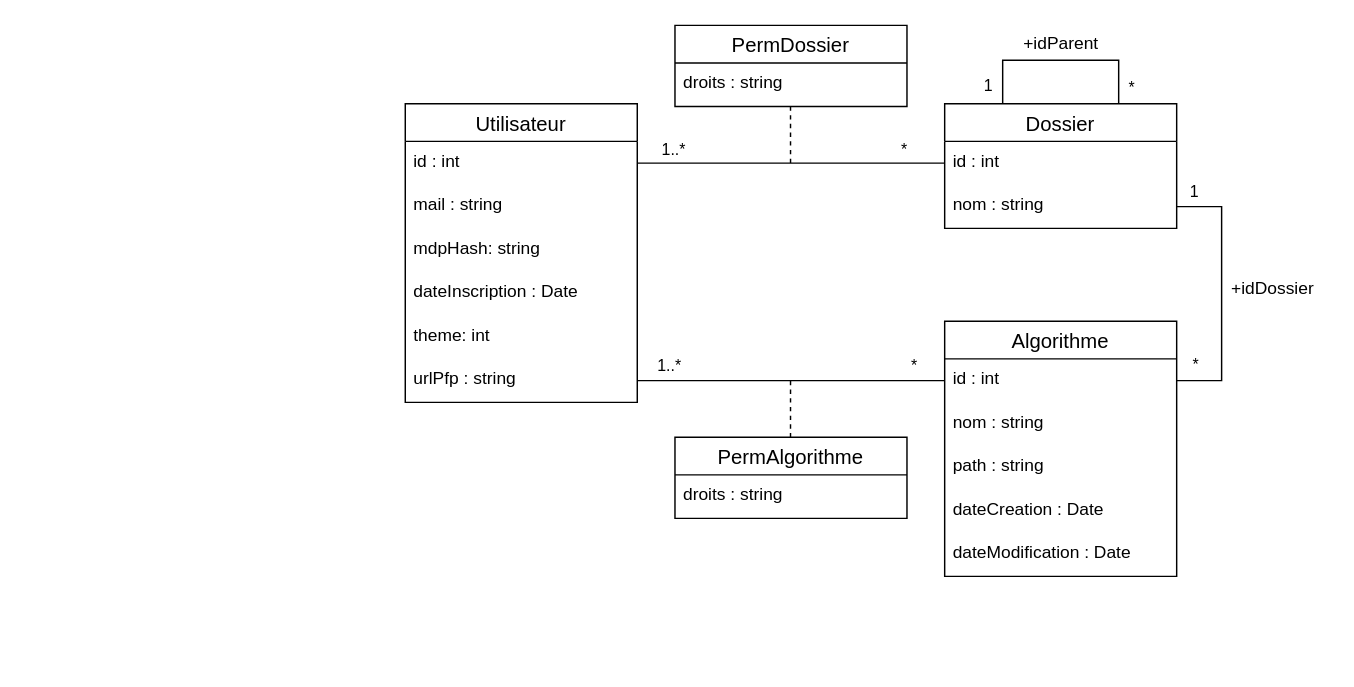
This is src/back/db/DB.drawio from Bing-Chill-inc/Algoforge-main, a draw.io file, before an edit. Source tidied: cells renumbered, new cells numbered last; positions are measured from the earlier drawing's top-left corner, leaving out a move shared by most shapes. Both pictures are drawn from the tidied source at 145%, with x=0, y=0 at pixel (405, 25).
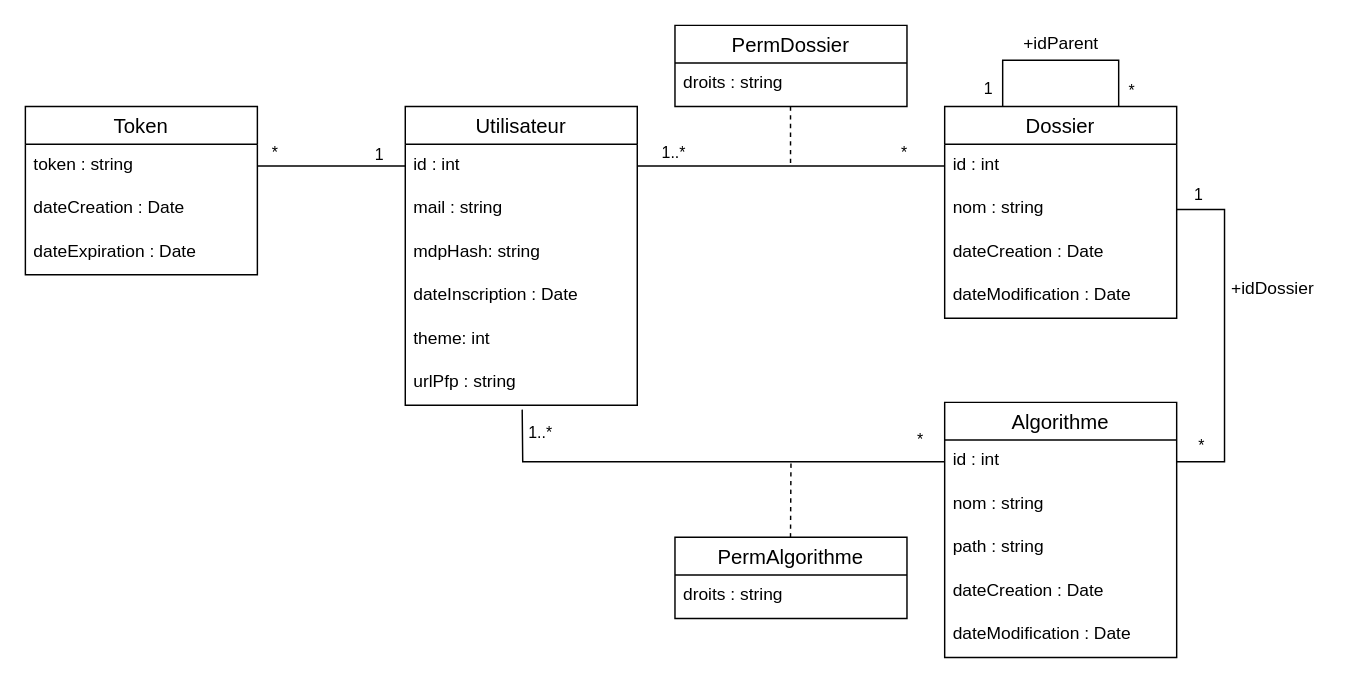
After the change.

Commit message (it also covers changes not shown here):
✨ Ajout d'attributs sur "Dossier" : dateCreation, dateModification. 🔧 Modification des attributs d'un "Token" 🔧 Modification du schéma de la DB en conséquence

The change refers to these unchanged cells:
```xml
<mxCell id="3" value="id : int" style="text;strokeColor=none;fillColor=none;spacingLeft=4;spacingRight=4;overflow=hidden;points=[[0,0.5],[1,0.5]];portConstraint=eastwest;fontSize=12;whiteSpace=wrap;html=1;" parent="2" vertex="1">
  <mxGeometry y="26" width="160" height="30" as="geometry" />
</mxCell>
<mxCell id="8" value="urlPfp : string" style="text;strokeColor=none;fillColor=none;spacingLeft=4;spacingRight=4;overflow=hidden;points=[[0,0.5],[1,0.5]];portConstraint=eastwest;fontSize=12;whiteSpace=wrap;html=1;" parent="2" vertex="1">
  <mxGeometry y="176" width="160" height="30" as="geometry" />
</mxCell>
<mxCell id="10" value="id : int" style="text;strokeColor=none;fillColor=none;spacingLeft=4;spacingRight=4;overflow=hidden;points=[[0,0.5],[1,0.5]];portConstraint=eastwest;fontSize=12;whiteSpace=wrap;html=1;" parent="9" vertex="1">
  <mxGeometry y="26" width="160" height="30" as="geometry" />
</mxCell>
<mxCell id="17" value="nom : string" style="text;strokeColor=none;fillColor=none;spacingLeft=4;spacingRight=4;overflow=hidden;points=[[0,0.5],[1,0.5]];portConstraint=eastwest;fontSize=12;whiteSpace=wrap;html=1;" parent="15" vertex="1">
  <mxGeometry y="56" width="160" height="30" as="geometry" />
</mxCell>
```

What changed in the source:
```diff
@@
     <mxCell id="2" value="Utilisateur" style="swimlane;fontStyle=0;horizontal=1;startSize=26;align=center;fontSize=14;" parent="1" vertex="1">
-      <mxGeometry y="54" width="160" height="206" as="geometry" />
+      <mxGeometry y="56" width="160" height="206" as="geometry" />
     </mxCell>
@@
     <mxCell id="9" value="Algorithme" style="swimlane;fontStyle=0;horizontal=1;startSize=26;align=center;fontSize=14;" parent="1" vertex="1">
-      <mxGeometry x="372" y="204" width="160" height="176" as="geometry" />
+      <mxGeometry x="372" y="260" width="160" height="176" as="geometry" />
     </mxCell>
@@
     <mxCell id="15" value="Dossier" style="swimlane;fontStyle=0;horizontal=1;startSize=26;align=center;fontSize=14;" parent="1" vertex="1">
-      <mxGeometry x="372" y="54" width="160" height="86" as="geometry" />
+      <mxGeometry x="372" y="56" width="160" height="146" as="geometry" />
     </mxCell>
@@
+    <mxCell id="38" value="dateCreation : Date" style="text;strokeColor=none;fillColor=none;spacingLeft=4;spacingRight=4;overflow=hidden;fontSize=12;whiteSpace=wrap;html=1;" parent="15" vertex="1">
+      <mxGeometry y="86" width="160" height="30" as="geometry" />
+    </mxCell>
+    <mxCell id="39" value="dateModification : Date" style="text;strokeColor=none;fillColor=none;spacingLeft=4;spacingRight=4;overflow=hidden;fontSize=12;whiteSpace=wrap;html=1;" parent="15" vertex="1">
+      <mxGeometry y="116" width="160" height="30" as="geometry" />
+    </mxCell>
@@
-    <mxCell id="21" style="endArrow=none;html=1;rounded=0;entryX=0;entryY=0.5;entryDx=0;entryDy=0;exitX=1;exitY=0.5;exitDx=0;exitDy=0;" parent="1" edge="1" source="8" target="10">
-      <mxGeometry relative="1" as="geometry" />
+    <mxCell id="21" style="endArrow=none;html=1;rounded=0;entryX=0;entryY=0.5;entryDx=0;entryDy=0;exitX=0.504;exitY=1.1;exitDx=0;exitDy=0;exitPerimeter=0;" parent="1" edge="1" source="8" target="10">
+      <mxGeometry relative="1" as="geometry">
+        <Array as="points">
+          <mxPoint x="81" y="301" />
+        </Array>
+      </mxGeometry>
     </mxCell>
     <mxCell id="22" value="1..*" style="edgeLabel;html=1;align=center;verticalAlign=middle;" parent="21" vertex="1">
       <mxGeometry x="-0.83" y="3" relative="1" as="geometry">
-        <mxPoint x="3" y="-8" as="offset" />
+        <mxPoint x="9" y="-12" as="offset" />
       </mxGeometry>
     </mxCell>
     <mxCell id="23" value="*" style="edgeLabel;html=1;align=center;verticalAlign=middle;" parent="1" vertex="1">
-      <mxGeometry x="368" y="112" as="geometry">
+      <mxGeometry x="372" y="163" as="geometry">
         <mxPoint x="-18" y="122" as="offset" />
       </mxGeometry>
     </mxCell>
     <mxCell id="24" style="endArrow=none;html=1;rounded=0;entryX=1;entryY=0.5;entryDx=0;entryDy=0;exitX=1;exitY=0.5;exitDx=0;exitDy=0;" parent="1" edge="1" source="10" target="17">
       <mxGeometry relative="1" as="geometry">
         <Array as="points">
-          <mxPoint x="563" y="245" />
-          <mxPoint x="563" y="125" />
+          <mxPoint x="565" y="301" />
+          <mxPoint x="565" y="127" />
         </Array>
       </mxGeometry>
     </mxCell>
@@
-    <mxCell id="35" style="endArrow=none;dashed=1;html=1;rounded=0;entryX=0.5;entryY=1.004;entryDx=0;entryDy=0;entryPerimeter=0;exitX=0.498;exitY=0.003;exitDx=0;exitDy=0;exitPerimeter=0;" parent="1" edge="1" source="36">
+    <mxCell id="35" style="endArrow=none;dashed=1;html=1;rounded=0;exitX=0.498;exitY=0.003;exitDx=0;exitDy=0;exitPerimeter=0;" parent="1" edge="1" source="36">
       <mxGeometry relative="1" as="geometry">
-        <mxPoint x="265.7" y="242.1" as="targetPoint" />
+        <mxPoint x="266" y="301" as="targetPoint" />
       </mxGeometry>
     </mxCell>
     <mxCell id="36" value="PermAlgorithme" style="swimlane;fontStyle=0;horizontal=1;startSize=26;align=center;fontSize=14;" parent="1" vertex="1">
-      <mxGeometry x="186" y="284" width="160" height="56" as="geometry" />
+      <mxGeometry x="186" y="353" width="160" height="56" as="geometry" />
     </mxCell>
@@
+    <mxCell id="40" value="Token" style="swimlane;fontStyle=0;horizontal=1;startSize=26;align=center;fontSize=14;" parent="1" vertex="1">
+      <mxGeometry x="-262" y="56" width="160" height="116" as="geometry" />
+    </mxCell>
+    <mxCell id="41" value="token : string" style="text;strokeColor=none;fillColor=none;spacingLeft=4;spacingRight=4;overflow=hidden;points=[[0,0.5],[1,0.5]];portConstraint=eastwest;fontSize=12;whiteSpace=wrap;html=1;" parent="40" vertex="1">
+      <mxGeometry y="26" width="160" height="30" as="geometry" />
+    </mxCell>
+    <mxCell id="42" value="dateCreation : Date" style="text;strokeColor=none;fillColor=none;spacingLeft=4;spacingRight=4;overflow=hidden;fontSize=12;whiteSpace=wrap;html=1;" parent="40" vertex="1">
+      <mxGeometry y="56" width="160" height="30" as="geometry" />
+    </mxCell>
+    <mxCell id="43" value="dateExpiration : Date" style="text;strokeColor=none;fillColor=none;spacingLeft=4;spacingRight=4;overflow=hidden;fontSize=12;whiteSpace=wrap;html=1;" parent="40" vertex="1">
+      <mxGeometry y="86" width="160" height="30" as="geometry" />
+    </mxCell>
+    <mxCell id="44" style="endArrow=none;html=1;exitX=1;exitY=0.5;exitDx=0;exitDy=0;entryX=0;entryY=0.5;entryDx=0;entryDy=0;rounded=0;" parent="1" edge="1" source="41" target="3">
+      <mxGeometry relative="1" as="geometry" />
+    </mxCell>
+    <mxCell id="45" value="1" style="edgeLabel;html=1;align=center;verticalAlign=middle;" parent="44" vertex="1">
+      <mxGeometry x="0.63" relative="1" as="geometry">
+        <mxPoint y="-9" as="offset" />
+      </mxGeometry>
+    </mxCell>
+    <mxCell id="46" value="*" style="edgeLabel;html=1;align=center;verticalAlign=middle;" parent="44" vertex="1">
+      <mxGeometry x="-0.79" y="1" relative="1" as="geometry">
+        <mxPoint y="-9" as="offset" />
+      </mxGeometry>
+    </mxCell>
```
